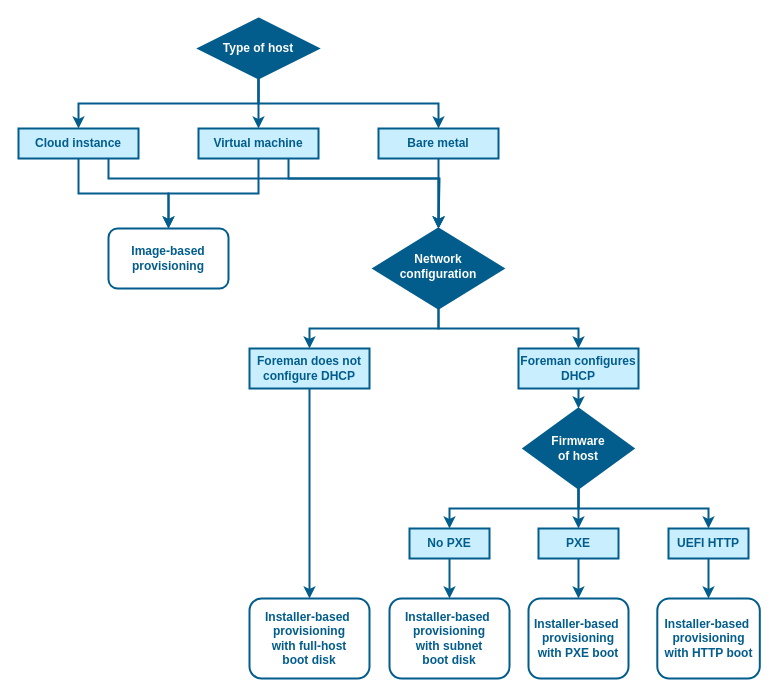
This is guides/image-sources/provisioning-method-selection.drawio from theforeman/foreman-documentation, a draw.io file, before an edit. Source tidied: cells renumbered, new cells numbered last; positions are measured from the earlier drawing's top-left corner, leaving out a move shared by most shapes. Both pictures are drawn from the tidied source at 100%, with x=0, y=0 at pixel (18, 18).
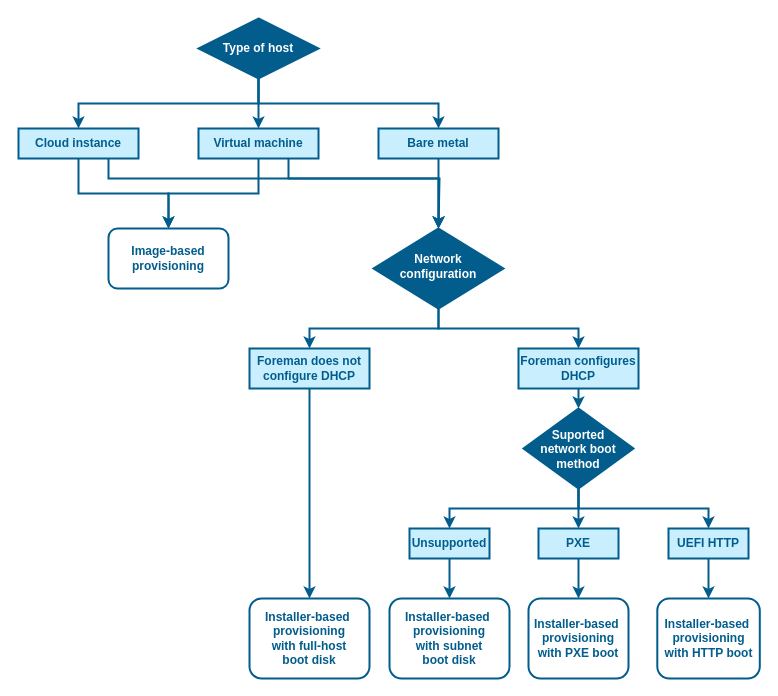
Above is the later version.

Commit message (it also covers changes not shown here):
Fine tune Introduction to provisioning (#4052)

Change to the diagram source:
```diff
@@
-    <mxCell id="25" value="Firmware&lt;div&gt;of host&lt;/div&gt;" style="rhombus;whiteSpace=wrap;html=1;fontColor=#ffffff;fontStyle=1;strokeColor=#025d8c;strokeWidth=2;fillColor=#025d8c;" parent="1" vertex="1">
+    <mxCell id="25" value="Suported&lt;br&gt;network boot method" style="rhombus;whiteSpace=wrap;html=1;fontColor=#ffffff;fontStyle=1;strokeColor=#025d8c;strokeWidth=2;fillColor=#025d8c;spacingTop=2;" parent="1" vertex="1">
       <mxGeometry x="505" y="390" width="110" height="80" as="geometry" />
     </mxCell>
@@
-    <mxCell id="31" value="No PXE" style="rounded=0;whiteSpace=wrap;html=1;fontColor=#025d8c;fontStyle=1;strokeColor=#025d8c;strokeWidth=2;fillColor=#C9EFFF;" parent="1" vertex="1">
+    <mxCell id="31" value="Unsupported" style="rounded=0;whiteSpace=wrap;html=1;fontColor=#025d8c;fontStyle=1;strokeColor=#025d8c;strokeWidth=2;fillColor=#C9EFFF;" parent="1" vertex="1">
       <mxGeometry x="391" y="510" width="80" height="30" as="geometry" />
     </mxCell>
```
